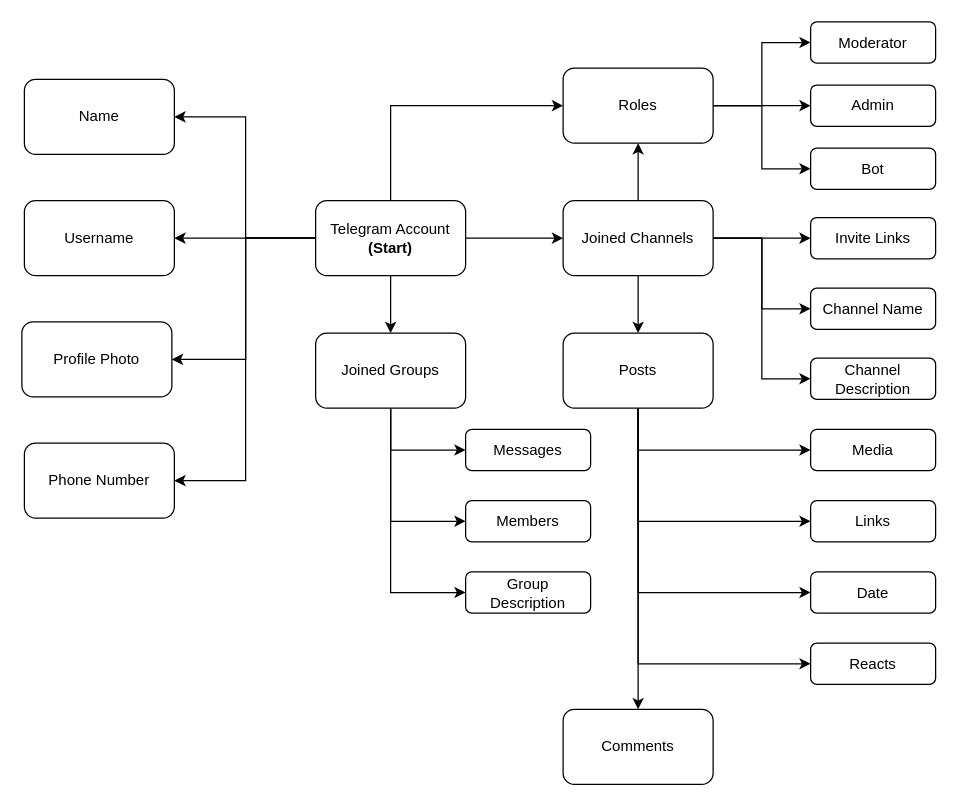
This is OSINT Attack Surface Diagrams/TelegramOSINT.drawio from NS-unina/OSINT-Collector, a draw.io file, before an edit. Source tidied: cells renumbered, new cells numbered last; positions are measured from the earlier drawing's top-left corner, leaving out a move shared by most shapes. Both pictures are drawn from the tidied source at 125%, with x=0, y=0 at pixel (21, 21).
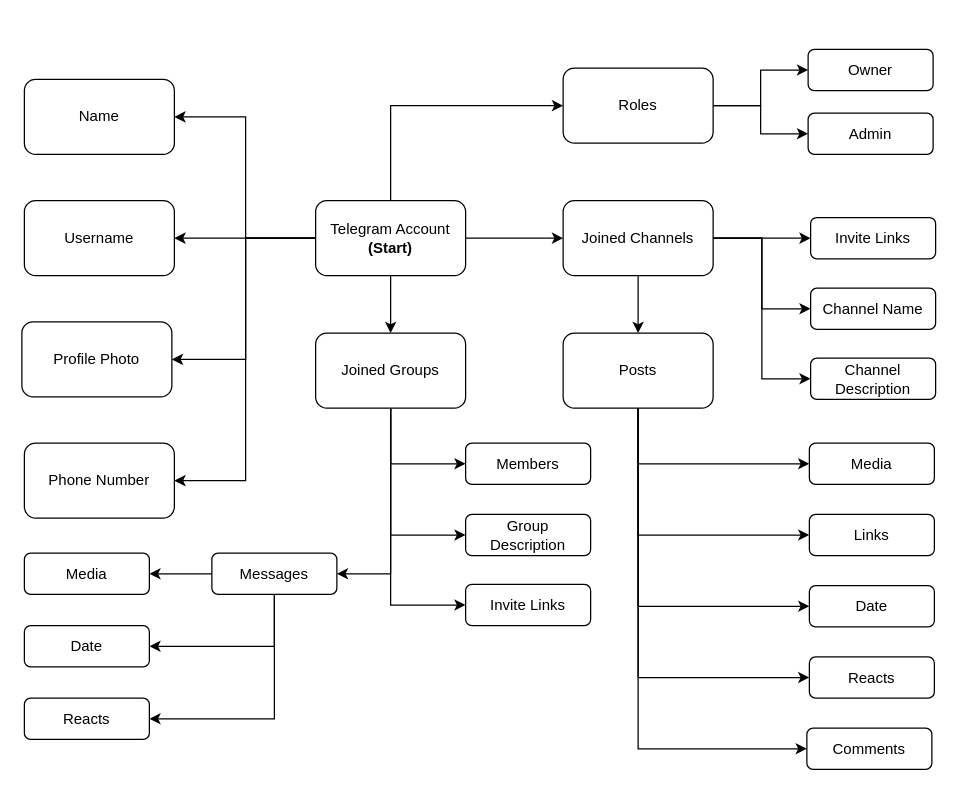
The same diagram, later.

Commit message (it also covers changes not shown here):
UPDATE Telegram OSINT Attack Surface Diagram

Unchanged cells that the change refers to:
```xml
<mxCell id="9" value="Telegram Account&lt;br&gt;&lt;b&gt;(Start)&lt;/b&gt;" style="rounded=1;whiteSpace=wrap;html=1;" parent="1" vertex="1">
  <mxGeometry x="235" y="143" width="120" height="60" as="geometry" />
</mxCell>
<mxCell id="19" value="Joined Channels" style="rounded=1;whiteSpace=wrap;html=1;" parent="1" vertex="1">
  <mxGeometry x="433" y="143" width="120" height="60" as="geometry" />
</mxCell>
<mxCell id="23" value="Roles" style="rounded=1;whiteSpace=wrap;html=1;" parent="1" vertex="1">
  <mxGeometry x="433" y="37" width="120" height="60" as="geometry" />
</mxCell>
<mxCell id="35" value="Posts" style="rounded=1;whiteSpace=wrap;html=1;" parent="1" vertex="1">
  <mxGeometry x="433" y="249" width="120" height="60" as="geometry" />
</mxCell>
<mxCell id="43" value="Joined Groups" style="rounded=1;whiteSpace=wrap;html=1;" parent="1" vertex="1">
  <mxGeometry x="235" y="249" width="120" height="60" as="geometry" />
</mxCell>
```

What changed in the source:
```diff
@@
+    <mxCell id="8" style="edgeStyle=orthogonalEdgeStyle;rounded=0;jettySize=auto;html=1;exitX=0.5;exitY=1;exitDx=0;exitDy=0;entryX=0.5;entryY=0;entryDx=0;entryDy=0;" parent="1" edge="1" source="9" target="43">
+      <mxGeometry relative="1" as="geometry" />
+    </mxCell>
@@
-    <mxCell id="8" style="edgeStyle=orthogonalEdgeStyle;rounded=0;jettySize=auto;html=1;exitX=0.5;exitY=1;exitDx=0;exitDy=0;entryX=0.5;entryY=0;entryDx=0;entryDy=0;" parent="1" edge="1" source="9" target="43">
-      <mxGeometry relative="1" as="geometry" />
-    </mxCell>
@@
-    <mxCell id="15" style="edgeStyle=orthogonalEdgeStyle;rounded=0;jettySize=auto;html=1;exitX=0.5;exitY=0;exitDx=0;exitDy=0;entryX=0.5;entryY=1;entryDx=0;entryDy=0;" parent="1" edge="1" source="19" target="23">
-      <mxGeometry relative="1" as="geometry" />
-    </mxCell>
@@
-    <mxCell id="22" style="edgeStyle=orthogonalEdgeStyle;rounded=0;jettySize=auto;html=1;exitX=1;exitY=0.5;exitDx=0;exitDy=0;entryX=0;entryY=0.5;entryDx=0;entryDy=0;" parent="1" edge="1" source="23" target="26">
-      <mxGeometry relative="1" as="geometry" />
-    </mxCell>
@@
-    <mxCell id="24" value="Moderator" style="rounded=1;whiteSpace=wrap;html=1;" parent="1" vertex="1">
-      <mxGeometry x="631" width="100" height="33" as="geometry" />
+    <mxCell id="24" value="Owner" style="rounded=1;whiteSpace=wrap;html=1;" parent="1" vertex="1">
+      <mxGeometry x="629" y="22" width="100" height="33" as="geometry" />
     </mxCell>
     <mxCell id="25" value="Admin" style="rounded=1;whiteSpace=wrap;html=1;" parent="1" vertex="1">
-      <mxGeometry x="631" y="50.5" width="100" height="33" as="geometry" />
+      <mxGeometry x="629" y="73" width="100" height="33" as="geometry" />
     </mxCell>
-    <mxCell id="26" value="Bot" style="rounded=1;whiteSpace=wrap;html=1;" parent="1" vertex="1">
-      <mxGeometry x="631" y="101" width="100" height="33" as="geometry" />
-    </mxCell>
@@
-    <mxCell id="34" style="edgeStyle=orthogonalEdgeStyle;rounded=0;jettySize=auto;html=1;exitX=0.5;exitY=1;exitDx=0;exitDy=0;entryX=0.5;entryY=0;entryDx=0;entryDy=0;" parent="1" edge="1" source="35" target="47">
+    <mxCell id="34" style="edgeStyle=orthogonalEdgeStyle;rounded=0;jettySize=auto;html=1;exitX=0.5;exitY=1;exitDx=0;exitDy=0;entryX=0;entryY=0.5;entryDx=0;entryDy=0;" parent="1" edge="1" source="35" target="47">
       <mxGeometry relative="1" as="geometry" />
     </mxCell>
@@
     <mxCell id="36" value="Media" style="rounded=1;whiteSpace=wrap;html=1;" parent="1" vertex="1">
-      <mxGeometry x="631" y="326" width="100" height="33" as="geometry" />
+      <mxGeometry x="630" y="337" width="100" height="33" as="geometry" />
     </mxCell>
     <mxCell id="37" value="Links" style="rounded=1;whiteSpace=wrap;html=1;" parent="1" vertex="1">
-      <mxGeometry x="631" y="383" width="100" height="33" as="geometry" />
+      <mxGeometry x="630" y="394" width="100" height="33" as="geometry" />
     </mxCell>
     <mxCell id="38" value="Date" style="rounded=1;whiteSpace=wrap;html=1;" parent="1" vertex="1">
-      <mxGeometry x="631" y="440" width="100" height="33" as="geometry" />
+      <mxGeometry x="630" y="451" width="100" height="33" as="geometry" />
     </mxCell>
     <mxCell id="39" value="Reacts" style="rounded=1;whiteSpace=wrap;html=1;" parent="1" vertex="1">
-      <mxGeometry x="631" y="497" width="100" height="33" as="geometry" />
+      <mxGeometry x="630" y="508" width="100" height="33" as="geometry" />
     </mxCell>
-    <mxCell id="40" style="edgeStyle=orthogonalEdgeStyle;rounded=0;jettySize=auto;html=1;exitX=0.5;exitY=1;exitDx=0;exitDy=0;entryX=0;entryY=0.5;entryDx=0;entryDy=0;" parent="1" edge="1" source="43" target="44">
-      <mxGeometry relative="1" as="geometry" />
-    </mxCell>
@@
+    <mxCell id="48" style="edgeStyle=orthogonalEdgeStyle;rounded=0;jettySize=auto;html=1;exitX=0.5;exitY=1;exitDx=0;exitDy=0;entryX=0;entryY=0.5;entryDx=0;entryDy=0;" parent="1" edge="1" source="43" target="52">
+      <mxGeometry relative="1" as="geometry" />
+    </mxCell>
+    <mxCell id="40" style="edgeStyle=orthogonalEdgeStyle;rounded=0;jettySize=auto;html=1;exitX=0.5;exitY=1;exitDx=0;exitDy=0;entryX=1;entryY=0.5;entryDx=0;entryDy=0;" parent="1" edge="1" source="43" target="44">
+      <mxGeometry relative="1" as="geometry" />
+    </mxCell>
@@
+    <mxCell id="49" style="edgeStyle=orthogonalEdgeStyle;rounded=0;jettySize=auto;html=1;exitX=0;exitY=0.5;exitDx=0;exitDy=0;entryX=1;entryY=0.5;entryDx=0;entryDy=0;" parent="1" edge="1" source="44" target="53">
+      <mxGeometry relative="1" as="geometry" />
+    </mxCell>
+    <mxCell id="50" style="edgeStyle=orthogonalEdgeStyle;rounded=0;jettySize=auto;html=1;exitX=0.5;exitY=1;exitDx=0;exitDy=0;entryX=1;entryY=0.5;entryDx=0;entryDy=0;" parent="1" edge="1" source="44" target="54">
+      <mxGeometry relative="1" as="geometry" />
+    </mxCell>
+    <mxCell id="51" style="edgeStyle=orthogonalEdgeStyle;rounded=0;jettySize=auto;html=1;exitX=0.5;exitY=1;exitDx=0;exitDy=0;entryX=1;entryY=0.5;entryDx=0;entryDy=0;" parent="1" edge="1" source="44" target="55">
+      <mxGeometry relative="1" as="geometry" />
+    </mxCell>
     <mxCell id="44" value="Messages" style="rounded=1;whiteSpace=wrap;html=1;" parent="1" vertex="1">
-      <mxGeometry x="355" y="326" width="100" height="33" as="geometry" />
+      <mxGeometry x="152" y="425" width="100" height="33" as="geometry" />
     </mxCell>
     <mxCell id="45" value="Members" style="rounded=1;whiteSpace=wrap;html=1;" parent="1" vertex="1">
-      <mxGeometry x="355" y="383" width="100" height="33" as="geometry" />
+      <mxGeometry x="355" y="337" width="100" height="33" as="geometry" />
     </mxCell>
     <mxCell id="46" value="Group&lt;br&gt;Description" style="rounded=1;whiteSpace=wrap;html=1;" parent="1" vertex="1">
-      <mxGeometry x="355" y="440" width="100" height="33" as="geometry" />
+      <mxGeometry x="355" y="394" width="100" height="33" as="geometry" />
     </mxCell>
+    <mxCell id="52" value="Invite Links" style="rounded=1;whiteSpace=wrap;html=1;" parent="1" vertex="1">
+      <mxGeometry x="355" y="450" width="100" height="33" as="geometry" />
+    </mxCell>
     <mxCell id="47" value="Comments" style="rounded=1;whiteSpace=wrap;html=1;" parent="1" vertex="1">
-      <mxGeometry x="433" y="550" width="120" height="60" as="geometry" />
+      <mxGeometry x="628" y="565" width="100" height="33" as="geometry" />
     </mxCell>
+    <mxCell id="53" value="Media" style="rounded=1;whiteSpace=wrap;html=1;" parent="1" vertex="1">
+      <mxGeometry x="2" y="425" width="100" height="33" as="geometry" />
+    </mxCell>
+    <mxCell id="54" value="Date" style="rounded=1;whiteSpace=wrap;html=1;" parent="1" vertex="1">
+      <mxGeometry x="2" y="483" width="100" height="33" as="geometry" />
+    </mxCell>
+    <mxCell id="55" value="Reacts" style="rounded=1;whiteSpace=wrap;html=1;" parent="1" vertex="1">
+      <mxGeometry x="2" y="541" width="100" height="33" as="geometry" />
+    </mxCell>
```
